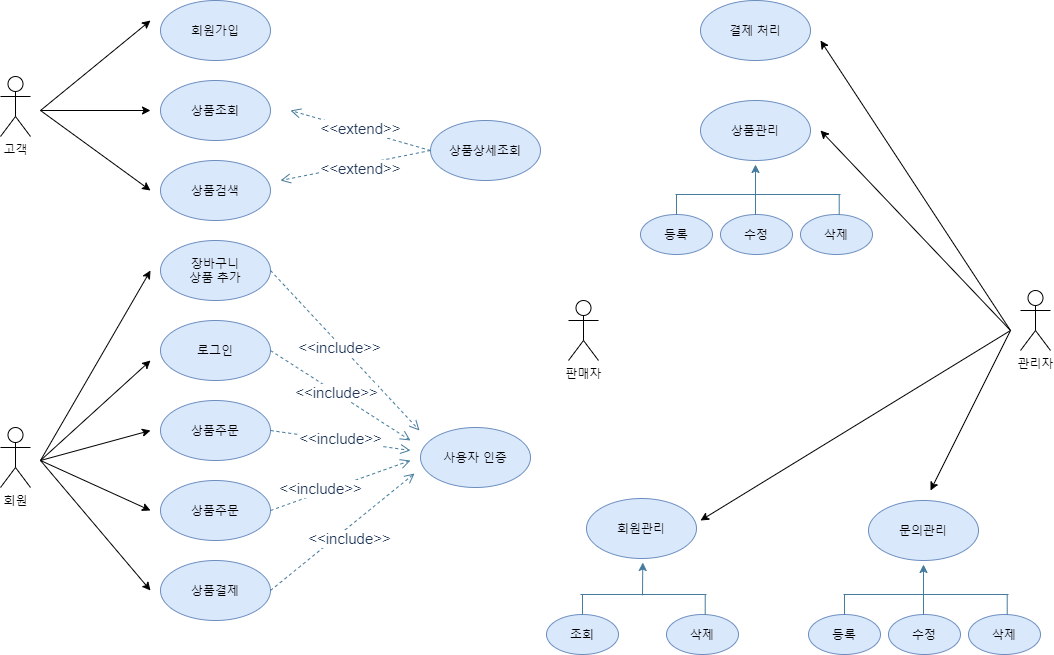
The draw.io diagram Actor Diagram.png in osiris0607/Project, before a commit. Source tidied: cells renumbered, new cells last; positions are measured from the earlier drawing's top-left corner, leaving out a move shared by most shapes.
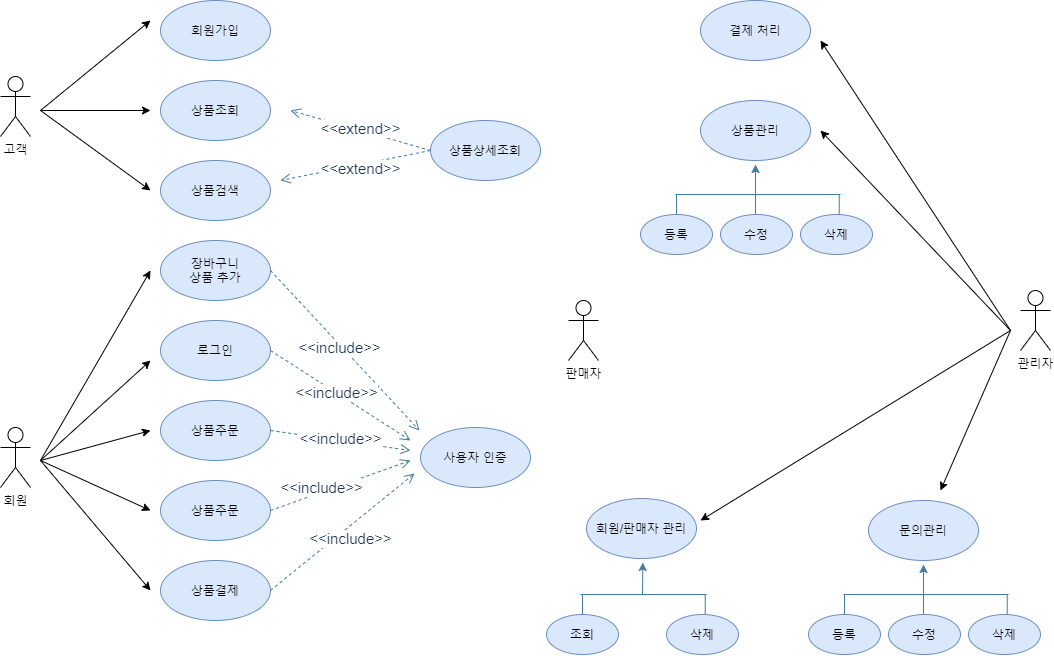
After the commit.

Change to the diagram source:
```diff
@@ -167,7 +167,7 @@
         <mxPoint x="755" y="164" as="targetPoint" />
       </mxGeometry>
     </mxCell>
-    <mxCell id="40" value="회원관리" style="ellipse;whiteSpace=wrap;html=1;fillColor=#dae8fc;strokeColor=#6c8ebf;" parent="1" vertex="1">
+    <mxCell id="40" value="회원/판매자 관리" style="ellipse;whiteSpace=wrap;html=1;fillColor=#dae8fc;strokeColor=#6c8ebf;" parent="1" vertex="1">
       <mxGeometry x="586" y="498" width="110" height="60" as="geometry" />
     </mxCell>
     <mxCell id="41" value="조회" style="ellipse;whiteSpace=wrap;html=1;fillColor=#dae8fc;strokeColor=#6c8ebf;" parent="1" vertex="1">
@@ -255,7 +255,7 @@
     <mxCell id="58" style="endArrow=classic;html=1;" parent="1" edge="1">
       <mxGeometry relative="1" as="geometry">
         <mxPoint x="1010" y="330" as="sourcePoint" />
-        <mxPoint x="930" y="490" as="targetPoint" />
+        <mxPoint x="940" y="490" as="targetPoint" />
       </mxGeometry>
     </mxCell>
   </root>
```
